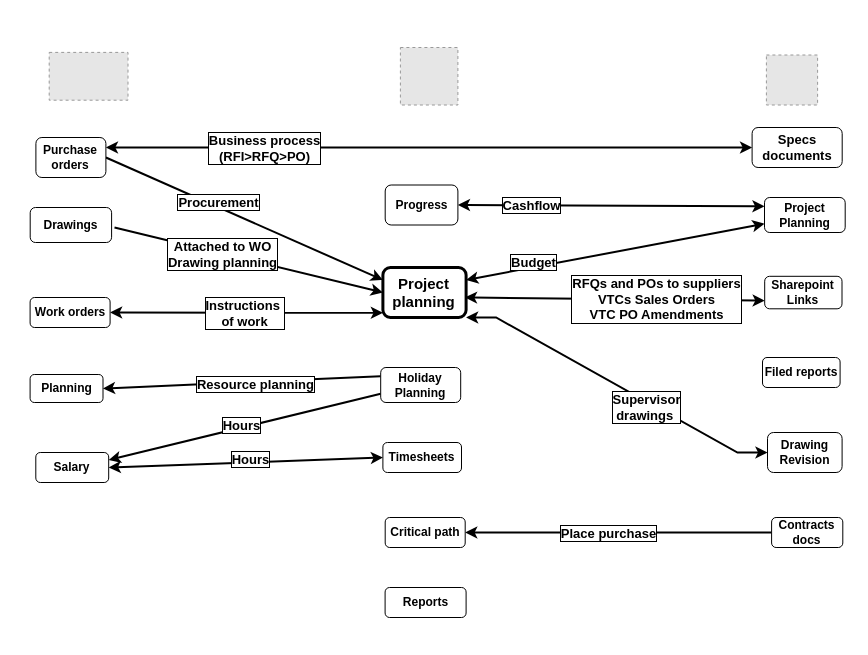
jontorfih/delay-ros keeps this draw.io diagram as Icon Yacht.drawio. Above is the earlier version. Source tidied: cells renumbered, new cells numbered last; positions are measured from the earlier drawing's top-left corner, leaving out a move shared by most shapes. Both pictures are drawn from the tidied source at 100%, with x=0, y=0 at pixel (30, 47). Pictures stored in the file or linked from it are replaced by grey dashed boxes.
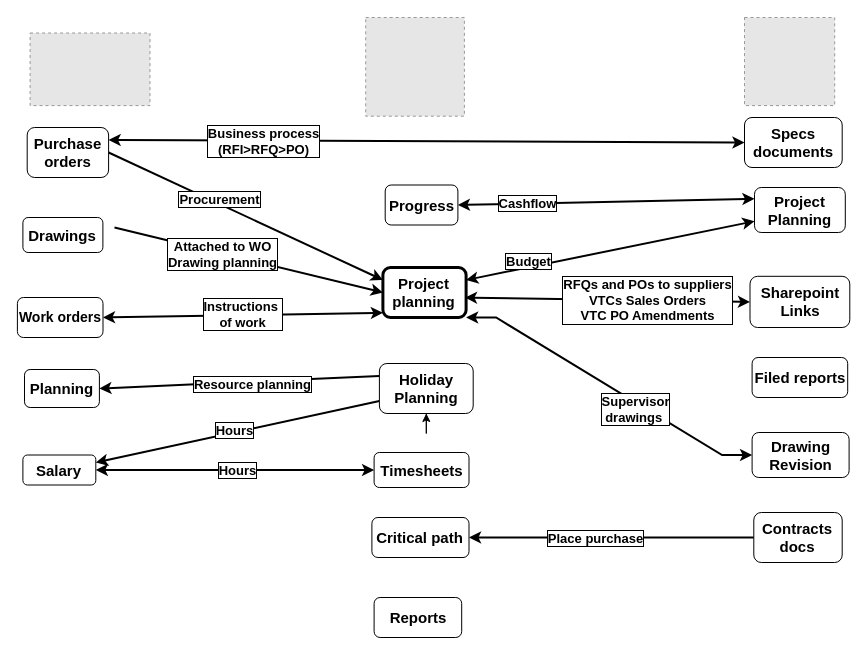
The same diagram, later.

The change refers to these unchanged cells:
```xml
<mxCell id="8" style="edgeStyle=none;rounded=0;jettySize=auto;html=1;startArrow=classic;startFill=1;strokeWidth=2;fontStyle=1;entryX=1;entryY=0.5;entryDx=0;entryDy=0;exitX=0;exitY=0.5;exitDx=0;exitDy=0;" parent="1" edge="1" source="10" target="39">
  <mxGeometry relative="1" as="geometry" />
</mxCell>
```

What changed in the source:
```diff
@@
     <mxCell id="2" style="fillColor=#E6E6E6;strokeColor=#999999;dashed=1;verticalLabelPosition=bottom;labelBackgroundColor=default;verticalAlign=top;fontStyle=1;" parent="1" vertex="1">
-      <mxGeometry x="369.9" width="57.5" height="57.5" as="geometry" />
+      <mxGeometry x="335.2" y="-30" width="98.7" height="98.7" as="geometry" />
     </mxCell>
     <mxCell id="3" style="fillColor=#E6E6E6;strokeColor=#999999;dashed=1;verticalLabelPosition=bottom;labelBackgroundColor=default;verticalAlign=top;fontStyle=1;" parent="1" vertex="1">
-      <mxGeometry x="735.9" y="7.5" width="51.2" height="50" as="geometry" />
+      <mxGeometry x="714" y="-30" width="90.2" height="88.1" as="geometry" />
     </mxCell>
     <mxCell id="4" style="fillColor=#E6E6E6;strokeColor=#999999;dashed=1;verticalLabelPosition=bottom;labelBackgroundColor=default;verticalAlign=top;fontStyle=1;" parent="1" vertex="1">
-      <mxGeometry x="18.7" y="4.9" width="78.8" height="47.8" as="geometry" />
+      <mxGeometry x="-0.4" y="-14.5" width="119.9" height="72.6" as="geometry" />
     </mxCell>
@@
     <mxCell id="9" value="&lt;font style=&quot;font-size: 13px;&quot;&gt;Hours&lt;/font&gt;" style="edgeLabel;html=1;align=center;verticalAlign=middle;fontSize=12;fontFamily=Helvetica;fontStyle=1;labelBorderColor=default;" parent="8" vertex="1">
       <mxGeometry x="-0.49" y="-2" relative="1" as="geometry">
-        <mxPoint x="-63" y="1" as="offset" />
+        <mxPoint x="-66" y="2" as="offset" />
       </mxGeometry>
     </mxCell>
-    <mxCell id="10" value="Timesheets" style="rounded=1;whiteSpace=wrap;html=1;fontStyle=1;" parent="1" vertex="1">
-      <mxGeometry x="352.4" y="395" width="78.6" height="30" as="geometry" />
+    <mxCell id="10" value="&lt;font style=&quot;font-size: 15px;&quot;&gt;Timesheets&lt;/font&gt;" style="rounded=1;whiteSpace=wrap;html=1;fontStyle=1;" parent="1" vertex="1">
+      <mxGeometry x="343.6" y="405" width="94.9" height="35" as="geometry" />
     </mxCell>
@@
-    <mxCell id="13" value="&lt;span&gt;Contracts docs&lt;/span&gt;" style="rounded=1;whiteSpace=wrap;html=1;fontStyle=1;" parent="1" vertex="1">
-      <mxGeometry x="741.1" y="470" width="71.2" height="30" as="geometry" />
+    <mxCell id="13" value="&lt;span&gt;&lt;font style=&quot;font-size: 15px;&quot;&gt;Contracts docs&lt;/font&gt;&lt;/span&gt;" style="rounded=1;whiteSpace=wrap;html=1;fontStyle=1;" parent="1" vertex="1">
+      <mxGeometry x="723.3" y="465" width="88.4" height="50" as="geometry" />
     </mxCell>
@@
-    <mxCell id="16" value="Progress" style="rounded=1;whiteSpace=wrap;html=1;arcSize=15;fontStyle=1;" parent="1" vertex="1">
+    <mxCell id="16" value="&lt;font style=&quot;font-size: 15px;&quot;&gt;Progress&lt;/font&gt;" style="rounded=1;whiteSpace=wrap;html=1;arcSize=15;fontStyle=1;" parent="1" vertex="1">
       <mxGeometry x="354.7" y="137.5" width="72.7" height="40" as="geometry" />
     </mxCell>
-    <mxCell id="17" value="Reports" style="rounded=1;whiteSpace=wrap;html=1;fontStyle=1;" parent="1" vertex="1">
-      <mxGeometry x="354.6" y="540" width="81" height="30" as="geometry" />
+    <mxCell id="17" value="&lt;font style=&quot;font-size: 15px;&quot;&gt;Reports&lt;/font&gt;" style="rounded=1;whiteSpace=wrap;html=1;fontStyle=1;" parent="1" vertex="1">
+      <mxGeometry x="343.6" y="550" width="87.6" height="40" as="geometry" />
     </mxCell>
@@
-    <mxCell id="20" value="&lt;font style=&quot;font-size: 13px;&quot;&gt;Specs documents&lt;/font&gt;" style="rounded=1;whiteSpace=wrap;html=1;fontStyle=1;" parent="1" vertex="1">
-      <mxGeometry x="721.6" y="80" width="90.1" height="40" as="geometry" />
+    <mxCell id="20" value="&lt;font style=&quot;font-size: 15px;&quot;&gt;Specs documents&lt;/font&gt;" style="rounded=1;whiteSpace=wrap;html=1;fontStyle=1;" parent="1" vertex="1">
+      <mxGeometry x="714" y="70" width="97.7" height="50" as="geometry" />
     </mxCell>
@@
-    <mxCell id="23" value="&lt;font style=&quot;font-size: 12px;&quot;&gt;Drawing&lt;br&gt;&lt;b style=&quot;&quot;&gt;Revision&lt;/b&gt;&lt;/font&gt;" style="rounded=1;whiteSpace=wrap;html=1;fontStyle=1;" parent="1" vertex="1">
-      <mxGeometry x="737" y="385" width="74.6" height="40" as="geometry" />
+    <mxCell id="23" value="&lt;font style=&quot;font-size: 15px;&quot;&gt;Drawing&lt;br&gt;&lt;b style=&quot;&quot;&gt;Revision&lt;/b&gt;&lt;/font&gt;" style="rounded=1;whiteSpace=wrap;html=1;fontStyle=1;" parent="1" vertex="1">
+      <mxGeometry x="721.6" y="385" width="97" height="45" as="geometry" />
     </mxCell>
@@
-    <mxCell id="26" value="Work orders" style="rounded=1;whiteSpace=wrap;html=1;fontStyle=1;" parent="1" vertex="1">
-      <mxGeometry x="-0.4" y="250" width="80" height="30" as="geometry" />
+    <mxCell id="26" value="&lt;font style=&quot;font-size: 14px;&quot;&gt;Work orders&lt;/font&gt;" style="rounded=1;whiteSpace=wrap;html=1;fontStyle=1;" parent="1" vertex="1">
+      <mxGeometry x="-13.1" y="250" width="85.6" height="40" as="geometry" />
     </mxCell>
@@
-    <mxCell id="29" value="Purchase orders" style="rounded=1;whiteSpace=wrap;html=1;fontStyle=1;" parent="1" vertex="1">
-      <mxGeometry x="5.4" y="90" width="70" height="40" as="geometry" />
+    <mxCell id="29" value="&lt;font style=&quot;font-size: 15px;&quot;&gt;Purchase orders&lt;/font&gt;" style="rounded=1;whiteSpace=wrap;html=1;fontStyle=1;" parent="1" vertex="1">
+      <mxGeometry x="-3.3" y="80" width="81.4" height="50" as="geometry" />
     </mxCell>
-    <mxCell id="30" value="Critical path" style="rounded=1;whiteSpace=wrap;html=1;fontStyle=1;" parent="1" vertex="1">
-      <mxGeometry x="354.7" y="470" width="80" height="30" as="geometry" />
+    <mxCell id="30" value="&lt;font style=&quot;font-size: 15px;&quot;&gt;Critical path&lt;/font&gt;" style="rounded=1;whiteSpace=wrap;html=1;fontStyle=1;" parent="1" vertex="1">
+      <mxGeometry x="341.4" y="470" width="97.1" height="40" as="geometry" />
     </mxCell>
-    <mxCell id="31" value="Filed reports" style="rounded=1;whiteSpace=wrap;html=1;fontStyle=1;" parent="1" vertex="1">
-      <mxGeometry x="732" y="310" width="77.6" height="30" as="geometry" />
+    <mxCell id="31" value="&lt;font style=&quot;font-size: 15px;&quot;&gt;Filed reports&lt;/font&gt;" style="rounded=1;whiteSpace=wrap;html=1;fontStyle=1;" parent="1" vertex="1">
+      <mxGeometry x="721.6" y="310" width="95.6" height="40" as="geometry" />
     </mxCell>
@@
-    <mxCell id="36" value="Holiday Planning" style="rounded=1;whiteSpace=wrap;html=1;fontStyle=1;" parent="1" vertex="1">
-      <mxGeometry x="350.2" y="320" width="80" height="35" as="geometry" />
+    <mxCell id="36" value="&lt;font style=&quot;font-size: 15px;&quot;&gt;Holiday Planning&lt;/font&gt;" style="rounded=1;whiteSpace=wrap;html=1;fontStyle=1;" parent="1" vertex="1">
+      <mxGeometry x="348.9" y="316" width="93.8" height="50" as="geometry" />
     </mxCell>
-    <mxCell id="37" value="&lt;span&gt;Project Planning&lt;/span&gt;" style="rounded=1;whiteSpace=wrap;html=1;fontStyle=1;" parent="1" vertex="1">
-      <mxGeometry x="734" y="150" width="80.7" height="35" as="geometry" />
+    <mxCell id="37" value="&lt;span&gt;&lt;font style=&quot;font-size: 15px;&quot;&gt;Project Planning&lt;/font&gt;&lt;/span&gt;" style="rounded=1;whiteSpace=wrap;html=1;fontStyle=1;" parent="1" vertex="1">
+      <mxGeometry x="724" y="140" width="90.8" height="45" as="geometry" />
     </mxCell>
-    <mxCell id="38" value="Planning" style="rounded=1;whiteSpace=wrap;html=1;fontStyle=1;" parent="1" vertex="1">
-      <mxGeometry x="-0.4" y="327" width="72.9" height="28" as="geometry" />
+    <mxCell id="38" value="&lt;font style=&quot;font-size: 15px;&quot;&gt;Planning&lt;/font&gt;" style="rounded=1;whiteSpace=wrap;html=1;fontStyle=1;" parent="1" vertex="1">
+      <mxGeometry x="-6" y="322" width="74.9" height="38" as="geometry" />
     </mxCell>
-    <mxCell id="39" value="Salary" style="rounded=1;whiteSpace=wrap;html=1;fontStyle=1;" parent="1" vertex="1">
-      <mxGeometry x="5.3" y="405" width="72.9" height="30" as="geometry" />
+    <mxCell id="39" value="&lt;font style=&quot;font-size: 15px;&quot;&gt;Salary&lt;/font&gt;" style="rounded=1;whiteSpace=wrap;html=1;fontStyle=1;" parent="1" vertex="1">
+      <mxGeometry x="-7.6" y="407.5" width="72.9" height="30" as="geometry" />
     </mxCell>
@@
-    <mxCell id="42" value="Drawings" style="rounded=1;whiteSpace=wrap;html=1;fontStyle=1;" parent="1" vertex="1">
-      <mxGeometry x="-0.3" y="160" width="81.4" height="35" as="geometry" />
+    <mxCell id="42" value="&lt;font style=&quot;font-size: 15px;&quot;&gt;Drawings&lt;/font&gt;" style="rounded=1;whiteSpace=wrap;html=1;fontStyle=1;" parent="1" vertex="1">
+      <mxGeometry x="-7.6" y="170" width="80" height="35" as="geometry" />
     </mxCell>
-    <mxCell id="43" style="rounded=0;jumpStyle=arc;jettySize=auto;html=1;exitX=0;exitY=0.75;exitDx=0;exitDy=0;startArrow=classic;startFill=1;strokeWidth=2;fontStyle=1;" parent="1" edge="1" source="45">
+    <mxCell id="43" style="rounded=0;jumpStyle=arc;jettySize=auto;html=1;exitX=0;exitY=0.5;exitDx=0;exitDy=0;startArrow=classic;startFill=1;strokeWidth=2;fontStyle=1;" parent="1" edge="1" source="45">
       <mxGeometry relative="1" as="geometry">
         <mxPoint x="434.5" y="250" as="targetPoint" />
       </mxGeometry>
     </mxCell>
@@
-    <mxCell id="45" value="&lt;span&gt;Sharepoint&lt;br&gt;Links&lt;/span&gt;" style="rounded=1;whiteSpace=wrap;html=1;fillColor=default;fontStyle=1;" parent="1" vertex="1">
-      <mxGeometry x="734.2" y="228.8" width="77.3" height="32.5" as="geometry" />
+    <mxCell id="45" value="&lt;span style=&quot;font-size: 15px;&quot;&gt;Sharepoint&lt;br&gt;Links&lt;/span&gt;" style="rounded=1;whiteSpace=wrap;html=1;fillColor=default;fontStyle=1;" parent="1" vertex="1">
+      <mxGeometry x="719.5" y="228.8" width="99.8" height="51.2" as="geometry" />
     </mxCell>
+    <mxCell id="46" style="edgeStyle=orthogonalEdgeStyle;rounded=0;orthogonalLoop=1;jettySize=auto;html=1;exitX=0.5;exitY=1;exitDx=0;exitDy=0;fontSize=15;" parent="1" edge="1" source="36" target="36">
+      <mxGeometry relative="1" as="geometry" />
+    </mxCell>
```
